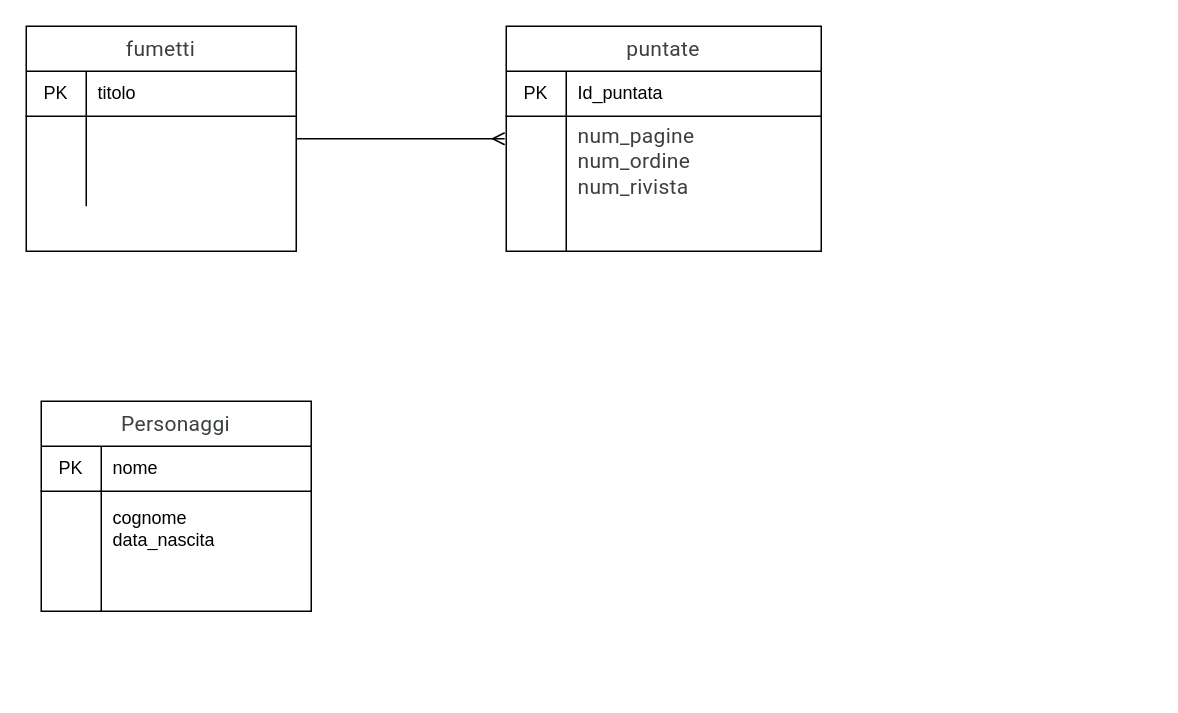
The draw.io diagram Untitled Diagram.drawio in giuliacangani02/Informatica1, before the edit. Source tidied: cells renumbered, new cells numbered last; positions are measured from the earlier drawing's top-left corner, leaving out a move shared by most shapes. Both pictures are drawn from the tidied source at 150%, with x=0, y=0 at pixel (26, 26).
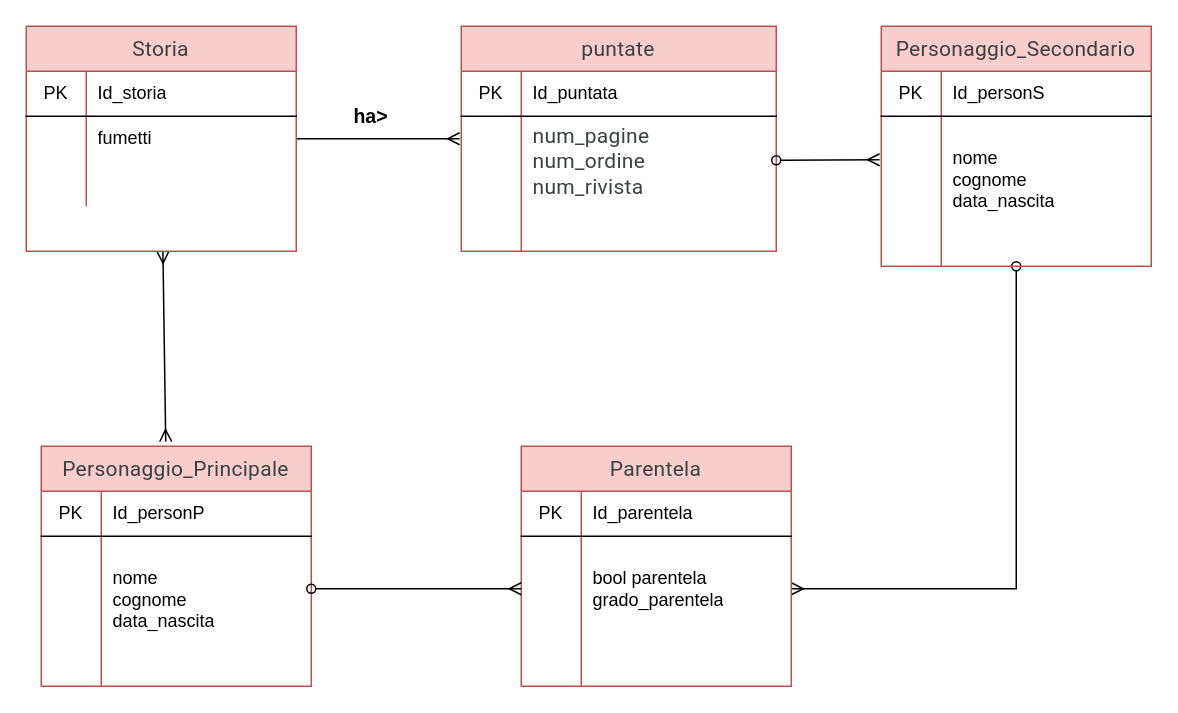
The same page after the edit.

The change refers to these unchanged cells:
```xml
<mxCell id="4" style="shape=partialRectangle;html=1;whiteSpace=wrap;fillColor=none;top=0;left=0;bottom=1;right=0;" parent="3" vertex="1">
  <mxGeometry y="30" width="180" height="30" as="geometry" />
</mxCell>
<mxCell id="7" style="shape=partialRectangle;html=1;whiteSpace=wrap;fillColor=none;top=0;left=0;bottom=0;right=0;" parent="3" vertex="1">
  <mxGeometry y="60" width="180" height="30" as="geometry" />
</mxCell>
<mxCell id="17" style="shape=partialRectangle;html=1;whiteSpace=wrap;fillColor=none;top=0;left=0;bottom=0;right=0;points=[[0,0.5],[1,0.5]];portConstraint=eastwest;" parent="13" vertex="1">
  <mxGeometry y="60" width="210" height="60" as="geometry" />
</mxCell>
<mxCell id="24" style="shape=partialRectangle;html=1;whiteSpace=wrap;fillColor=none;top=0;left=0;bottom=1;right=0;" parent="23" vertex="1">
  <mxGeometry y="30" width="180" height="30" as="geometry" />
</mxCell>
```

The edit, as a diff of the source:
```diff
@@
+    <mxCell id="33" style="rounded=0;jettySize=auto;html=1;entryX=0.461;entryY=-0.019;entryDx=0;entryDy=0;entryPerimeter=0;endArrow=ERmany;endFill=0;fontSize=13;startArrow=ERmany;startFill=0;" parent="1" edge="1" source="3" target="23">
+      <mxGeometry relative="1" as="geometry" />
+    </mxCell>
-    <mxCell id="3" value="&lt;span style=&quot;color: rgb(60 , 64 , 67) ; font-family: &amp;#34;roboto&amp;#34; , &amp;#34;arial&amp;#34; , sans-serif ; font-size: 14px ; font-weight: 400 ; letter-spacing: 0.2px&quot;&gt;fumetti &lt;/span&gt;" style="shape=table;html=1;whiteSpace=wrap;startSize=30;childLayout=tableLayout;rowLines=0;fontStyle=1;align=center;" parent="1" vertex="1">
+    <mxCell id="3" value="&lt;span style=&quot;color: rgb(60 , 64 , 67) ; font-family: &amp;#34;roboto&amp;#34; , &amp;#34;arial&amp;#34; , sans-serif ; font-size: 14px ; font-weight: 400 ; letter-spacing: 0.2px&quot;&gt;Storia&lt;/span&gt;" style="shape=table;html=1;whiteSpace=wrap;startSize=30;childLayout=tableLayout;rowLines=0;fontStyle=1;align=center;fillColor=#f8cecc;strokeColor=#b85450;" parent="1" vertex="1">
       <mxGeometry width="180" height="150" as="geometry" />
     </mxCell>
@@
-    <mxCell id="6" value="titolo" style="shape=partialRectangle;html=1;whiteSpace=wrap;fillColor=none;top=0;left=0;bottom=0;right=0;align=left;spacingLeft=6;overflow=hidden;" parent="4" vertex="1">
+    <mxCell id="6" value="Id_storia" style="shape=partialRectangle;html=1;whiteSpace=wrap;fillColor=none;top=0;left=0;bottom=0;right=0;align=left;spacingLeft=6;overflow=hidden;" parent="4" vertex="1">
       <mxGeometry x="40" width="140" height="30" as="geometry" />
     </mxCell>
@@
-    <mxCell id="9" style="shape=partialRectangle;html=1;whiteSpace=wrap;fillColor=none;top=0;left=0;bottom=0;right=0;align=left;spacingLeft=6;overflow=hidden;" parent="7" vertex="1">
+    <mxCell id="9" value="fumetti" style="shape=partialRectangle;html=1;whiteSpace=wrap;fillColor=none;top=0;left=0;bottom=0;right=0;align=left;spacingLeft=6;overflow=hidden;" parent="7" vertex="1">
       <mxGeometry x="40" width="140" height="30" as="geometry" />
     </mxCell>
@@
-    <mxCell id="13" value="&lt;span style=&quot;color: rgb(60 , 64 , 67) ; font-family: &amp;#34;roboto&amp;#34; , &amp;#34;arial&amp;#34; , sans-serif ; font-size: 14px ; font-weight: 400 ; letter-spacing: 0.2px&quot;&gt;puntate&lt;/span&gt;" style="shape=table;html=1;whiteSpace=wrap;startSize=30;childLayout=tableLayout;rowLines=0;fontStyle=1;align=center;" parent="1" vertex="1">
-      <mxGeometry x="320" width="210" height="150" as="geometry" />
+    <mxCell id="13" value="&lt;span style=&quot;color: rgb(60 , 64 , 67) ; font-family: &amp;#34;roboto&amp;#34; , &amp;#34;arial&amp;#34; , sans-serif ; font-size: 14px ; font-weight: 400 ; letter-spacing: 0.2px&quot;&gt;puntate&lt;/span&gt;" style="shape=table;html=1;whiteSpace=wrap;startSize=30;childLayout=tableLayout;rowLines=0;fontStyle=1;align=center;fillColor=#f8cecc;strokeColor=#b85450;" parent="1" vertex="1">
+      <mxGeometry x="290" width="210" height="150" as="geometry" />
     </mxCell>
@@
-    <mxCell id="23" value="&lt;font color=&quot;#3c4043&quot; face=&quot;roboto, arial, sans-serif&quot;&gt;&lt;span style=&quot;font-size: 14px ; font-weight: 400 ; letter-spacing: 0.2px&quot;&gt;Personaggi&lt;/span&gt;&lt;/font&gt;" style="shape=table;html=1;whiteSpace=wrap;startSize=30;childLayout=tableLayout;rowLines=0;fontStyle=1;align=center;" parent="1" vertex="1">
-      <mxGeometry x="10" y="250" width="180" height="140" as="geometry" />
+    <mxCell id="23" value="&lt;font color=&quot;#3c4043&quot; face=&quot;roboto, arial, sans-serif&quot;&gt;&lt;span style=&quot;font-size: 14px ; font-weight: 400 ; letter-spacing: 0.2px&quot;&gt;Personaggio_Principale&lt;/span&gt;&lt;/font&gt;" style="shape=table;html=1;whiteSpace=wrap;startSize=30;childLayout=tableLayout;rowLines=0;fontStyle=1;align=center;fillColor=#f8cecc;strokeColor=#b85450;" parent="1" vertex="1">
+      <mxGeometry x="10" y="280" width="180" height="160" as="geometry" />
     </mxCell>
@@
-    <mxCell id="26" value="nome" style="shape=partialRectangle;html=1;whiteSpace=wrap;fillColor=none;top=0;left=0;bottom=0;right=0;align=left;spacingLeft=6;overflow=hidden;" parent="24" vertex="1">
+    <mxCell id="26" value="Id_personP" style="shape=partialRectangle;html=1;whiteSpace=wrap;fillColor=none;top=0;left=0;bottom=0;right=0;align=left;spacingLeft=6;overflow=hidden;" parent="24" vertex="1">
       <mxGeometry x="40" width="140" height="30" as="geometry" />
     </mxCell>
     <mxCell id="27" style="shape=partialRectangle;html=1;whiteSpace=wrap;fillColor=none;top=0;left=0;bottom=0;right=0;points=[[0,0.5],[1,0.5]];portConstraint=eastwest;" parent="23" vertex="1">
-      <mxGeometry y="60" width="180" height="50" as="geometry" />
+      <mxGeometry y="60" width="180" height="70" as="geometry" />
     </mxCell>
     <mxCell id="28" style="shape=partialRectangle;html=1;whiteSpace=wrap;fillColor=none;top=0;left=0;bottom=0;right=0;overflow=hidden;" parent="27" vertex="1">
-      <mxGeometry width="40" height="50" as="geometry" />
+      <mxGeometry width="40" height="70" as="geometry" />
     </mxCell>
-    <mxCell id="29" value="cognome&lt;br&gt;data_nascita" style="shape=partialRectangle;html=1;whiteSpace=wrap;fillColor=none;top=0;left=0;bottom=0;right=0;align=left;spacingLeft=6;overflow=hidden;" parent="27" vertex="1">
-      <mxGeometry x="40" width="140" height="50" as="geometry" />
+    <mxCell id="29" value="&lt;br&gt;nome&lt;br&gt;cognome&lt;br&gt;data_nascita" style="shape=partialRectangle;html=1;whiteSpace=wrap;fillColor=none;top=0;left=0;bottom=0;right=0;align=left;spacingLeft=6;overflow=hidden;" parent="27" vertex="1">
+      <mxGeometry x="40" width="140" height="70" as="geometry" />
     </mxCell>
     <mxCell id="30" style="shape=partialRectangle;html=1;whiteSpace=wrap;fillColor=none;top=0;left=0;bottom=0;right=0;" parent="23" vertex="1">
-      <mxGeometry y="110" width="180" height="30" as="geometry" />
+      <mxGeometry y="130" width="180" height="30" as="geometry" />
     </mxCell>
@@
+    <mxCell id="34" value="ha&amp;gt;" style="text;html=1;strokeColor=none;fillColor=none;align=center;verticalAlign=middle;whiteSpace=wrap;rounded=0;fontStyle=1;fontSize=13;" parent="1" vertex="1">
+      <mxGeometry x="210" y="50" width="40" height="20" as="geometry" />
+    </mxCell>
+    <mxCell id="35" style="edgeStyle=orthogonalEdgeStyle;rounded=0;jettySize=auto;html=1;entryX=1;entryY=0.5;entryDx=0;entryDy=0;startArrow=oval;startFill=0;endArrow=ERmany;endFill=0;fontSize=13;" parent="1" edge="1" source="36" target="50">
+      <mxGeometry relative="1" as="geometry" />
+    </mxCell>
+    <mxCell id="36" value="&lt;font color=&quot;#3c4043&quot; face=&quot;roboto, arial, sans-serif&quot;&gt;&lt;span style=&quot;font-size: 14px ; font-weight: 400 ; letter-spacing: 0.2px&quot;&gt;Personaggio_Secondario&lt;/span&gt;&lt;/font&gt;" style="shape=table;html=1;whiteSpace=wrap;startSize=30;childLayout=tableLayout;rowLines=0;fontStyle=1;align=center;fillColor=#f8cecc;strokeColor=#b85450;" parent="1" vertex="1">
+      <mxGeometry x="570" width="180" height="160" as="geometry" />
+    </mxCell>
+    <mxCell id="37" style="shape=partialRectangle;html=1;whiteSpace=wrap;fillColor=none;top=0;left=0;bottom=1;right=0;" parent="36" vertex="1">
+      <mxGeometry y="30" width="180" height="30" as="geometry" />
+    </mxCell>
+    <mxCell id="38" value="PK" style="shape=partialRectangle;html=1;whiteSpace=wrap;fillColor=none;top=0;left=0;bottom=0;right=0;overflow=hidden;" parent="37" vertex="1">
+      <mxGeometry width="40" height="30" as="geometry" />
+    </mxCell>
+    <mxCell id="39" value="Id_personS" style="shape=partialRectangle;html=1;whiteSpace=wrap;fillColor=none;top=0;left=0;bottom=0;right=0;align=left;spacingLeft=6;overflow=hidden;" parent="37" vertex="1">
+      <mxGeometry x="40" width="140" height="30" as="geometry" />
+    </mxCell>
+    <mxCell id="40" style="shape=partialRectangle;html=1;whiteSpace=wrap;fillColor=none;top=0;left=0;bottom=0;right=0;points=[[0,0.5],[1,0.5]];portConstraint=eastwest;" parent="36" vertex="1">
+      <mxGeometry y="60" width="180" height="70" as="geometry" />
+    </mxCell>
+    <mxCell id="41" style="shape=partialRectangle;html=1;whiteSpace=wrap;fillColor=none;top=0;left=0;bottom=0;right=0;overflow=hidden;" parent="40" vertex="1">
+      <mxGeometry width="40" height="70" as="geometry" />
+    </mxCell>
+    <mxCell id="42" value="&lt;br&gt;nome&lt;br&gt;cognome&lt;br&gt;data_nascita" style="shape=partialRectangle;html=1;whiteSpace=wrap;fillColor=none;top=0;left=0;bottom=0;right=0;align=left;spacingLeft=6;overflow=hidden;" parent="40" vertex="1">
+      <mxGeometry x="40" width="140" height="70" as="geometry" />
+    </mxCell>
+    <mxCell id="43" style="shape=partialRectangle;html=1;whiteSpace=wrap;fillColor=none;top=0;left=0;bottom=0;right=0;" parent="36" vertex="1">
+      <mxGeometry y="130" width="180" height="30" as="geometry" />
+    </mxCell>
+    <mxCell id="44" style="shape=partialRectangle;html=1;whiteSpace=wrap;fillColor=none;top=0;left=0;bottom=0;right=0;overflow=hidden;" parent="43" vertex="1">
+      <mxGeometry width="40" height="30" as="geometry" />
+    </mxCell>
+    <mxCell id="45" style="shape=partialRectangle;html=1;whiteSpace=wrap;fillColor=none;top=0;left=0;bottom=0;right=0;align=left;spacingLeft=6;overflow=hidden;" parent="43" vertex="1">
+      <mxGeometry x="40" width="140" height="30" as="geometry" />
+    </mxCell>
+    <mxCell id="46" value="&lt;font color=&quot;#3c4043&quot; face=&quot;roboto, arial, sans-serif&quot;&gt;&lt;span style=&quot;font-size: 14px ; font-weight: 400 ; letter-spacing: 0.2px&quot;&gt;Parentela&lt;/span&gt;&lt;/font&gt;" style="shape=table;html=1;whiteSpace=wrap;startSize=30;childLayout=tableLayout;rowLines=0;fontStyle=1;align=center;fillColor=#f8cecc;strokeColor=#b85450;" parent="1" vertex="1">
+      <mxGeometry x="330" y="280" width="180" height="160" as="geometry" />
+    </mxCell>
+    <mxCell id="47" style="shape=partialRectangle;html=1;whiteSpace=wrap;fillColor=none;top=0;left=0;bottom=1;right=0;" parent="46" vertex="1">
+      <mxGeometry y="30" width="180" height="30" as="geometry" />
+    </mxCell>
+    <mxCell id="48" value="PK" style="shape=partialRectangle;html=1;whiteSpace=wrap;fillColor=none;top=0;left=0;bottom=0;right=0;overflow=hidden;" parent="47" vertex="1">
+      <mxGeometry width="40" height="30" as="geometry" />
+    </mxCell>
+    <mxCell id="49" value="Id_parentela" style="shape=partialRectangle;html=1;whiteSpace=wrap;fillColor=none;top=0;left=0;bottom=0;right=0;align=left;spacingLeft=6;overflow=hidden;" parent="47" vertex="1">
+      <mxGeometry x="40" width="140" height="30" as="geometry" />
+    </mxCell>
+    <mxCell id="50" style="shape=partialRectangle;html=1;whiteSpace=wrap;fillColor=none;top=0;left=0;bottom=0;right=0;points=[[0,0.5],[1,0.5]];portConstraint=eastwest;" parent="46" vertex="1">
+      <mxGeometry y="60" width="180" height="70" as="geometry" />
+    </mxCell>
+    <mxCell id="51" style="shape=partialRectangle;html=1;whiteSpace=wrap;fillColor=none;top=0;left=0;bottom=0;right=0;overflow=hidden;" parent="50" vertex="1">
+      <mxGeometry width="40" height="70" as="geometry" />
+    </mxCell>
+    <mxCell id="52" value="bool parentela&lt;br&gt;grado_parentela" style="shape=partialRectangle;html=1;whiteSpace=wrap;fillColor=none;top=0;left=0;bottom=0;right=0;align=left;spacingLeft=6;overflow=hidden;" parent="50" vertex="1">
+      <mxGeometry x="40" width="140" height="70" as="geometry" />
+    </mxCell>
+    <mxCell id="53" style="shape=partialRectangle;html=1;whiteSpace=wrap;fillColor=none;top=0;left=0;bottom=0;right=0;" parent="46" vertex="1">
+      <mxGeometry y="130" width="180" height="30" as="geometry" />
+    </mxCell>
+    <mxCell id="54" style="shape=partialRectangle;html=1;whiteSpace=wrap;fillColor=none;top=0;left=0;bottom=0;right=0;overflow=hidden;" parent="53" vertex="1">
+      <mxGeometry width="40" height="30" as="geometry" />
+    </mxCell>
+    <mxCell id="55" style="shape=partialRectangle;html=1;whiteSpace=wrap;fillColor=none;top=0;left=0;bottom=0;right=0;align=left;spacingLeft=6;overflow=hidden;" parent="53" vertex="1">
+      <mxGeometry x="40" width="140" height="30" as="geometry" />
+    </mxCell>
+    <mxCell id="56" style="edgeStyle=none;rounded=0;jettySize=auto;html=1;entryX=0;entryY=0.5;entryDx=0;entryDy=0;startArrow=oval;startFill=0;endArrow=ERmany;endFill=0;fontSize=13;" parent="1" edge="1" source="27" target="50">
+      <mxGeometry relative="1" as="geometry" />
+    </mxCell>
+    <mxCell id="57" style="rounded=0;jettySize=auto;html=1;entryX=-0.006;entryY=0.414;entryDx=0;entryDy=0;entryPerimeter=0;startArrow=oval;startFill=0;endArrow=ERmany;endFill=0;fontSize=13;" parent="1" edge="1" source="17" target="40">
+      <mxGeometry relative="1" as="geometry" />
+    </mxCell>
```
